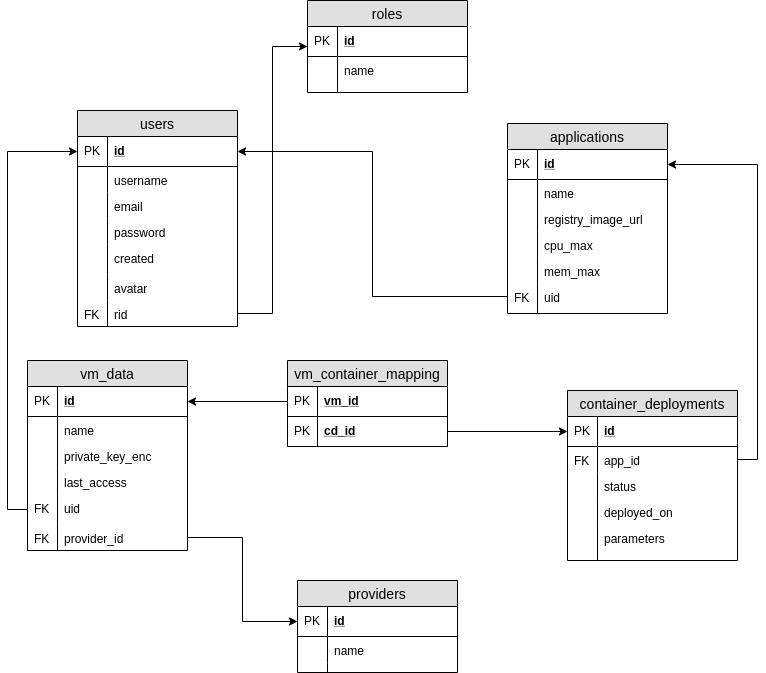
Earlier version of the draw.io export project_artifacts/diagrams/er/CMS-ER.png (anilgauda/hybrid-cloud-container-mgmt). Source tidied: cells renumbered, new cells last; positions are measured from the earlier drawing's top-left corner, leaving out a move shared by most shapes.
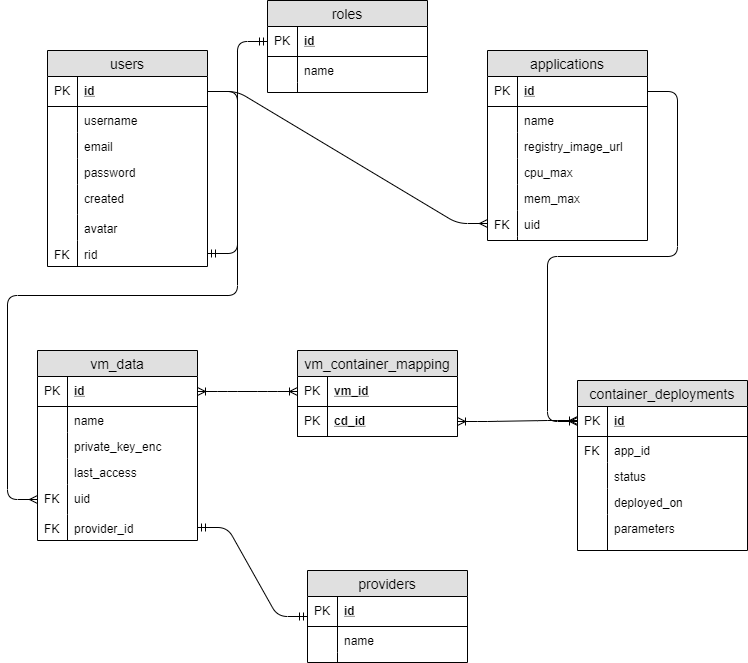
After the commit.

What changed in the source:
```diff
@@ -3,7 +3,7 @@
     <mxCell id="0" />
     <mxCell id="1" parent="0" />
     <mxCell id="2" value="users" style="swimlane;fontStyle=0;horizontal=1;startSize=26;fillColor=#e0e0e0;swimlaneFillColor=#ffffff;align=center;fontSize=14;" parent="1" vertex="1">
-      <mxGeometry x="50" y="110" width="160" height="216" as="geometry" />
+      <mxGeometry x="10" y="60" width="160" height="216" as="geometry" />
     </mxCell>
     <mxCell id="3" value="id" style="shape=partialRectangle;top=0;left=0;right=0;bottom=1;align=left;verticalAlign=middle;fillColor=none;spacingLeft=34;spacingRight=4;overflow=hidden;points=[[0,0.5],[1,0.5]];portConstraint=eastwest;fontStyle=5;fontSize=12;" parent="2" vertex="1">
       <mxGeometry y="26" width="160" height="30" as="geometry" />
@@ -48,7 +48,7 @@
       <mxGeometry width="30" height="26" as="geometry" />
     </mxCell>
     <mxCell id="17" value="roles" style="swimlane;fontStyle=0;horizontal=1;startSize=26;fillColor=#e0e0e0;swimlaneFillColor=#ffffff;align=center;fontSize=14;" parent="1" vertex="1">
-      <mxGeometry x="280" width="160" height="92" as="geometry" />
+      <mxGeometry x="230" y="10" width="160" height="92" as="geometry" />
     </mxCell>
     <mxCell id="18" value="id" style="shape=partialRectangle;top=0;left=0;right=0;bottom=1;align=left;verticalAlign=middle;fillColor=none;spacingLeft=34;spacingRight=4;overflow=hidden;points=[[0,0.5],[1,0.5]];portConstraint=eastwest;fontStyle=5;fontSize=12;" parent="17" vertex="1">
       <mxGeometry y="26" width="160" height="30" as="geometry" />
@@ -68,11 +68,8 @@
     <mxCell id="23" style="shape=partialRectangle;top=0;left=0;bottom=0;fillColor=none;align=left;verticalAlign=top;spacingLeft=4;spacingRight=4;overflow=hidden;fontSize=12;" parent="22" vertex="1">
       <mxGeometry width="30" height="10" as="geometry" />
     </mxCell>
-    <mxCell id="24" style="edgeStyle=orthogonalEdgeStyle;rounded=0;jettySize=auto;html=1;exitX=1;exitY=0.5;exitDx=0;exitDy=0;entryX=0;entryY=0.5;entryDx=0;entryDy=0;" parent="1" edge="1" source="15" target="17">
-      <mxGeometry relative="1" as="geometry" />
-    </mxCell>
     <mxCell id="25" value="applications" style="swimlane;fontStyle=0;horizontal=1;startSize=26;fillColor=#e0e0e0;swimlaneFillColor=#ffffff;align=center;fontSize=14;" parent="1" vertex="1">
-      <mxGeometry x="480" y="123" width="160" height="190" as="geometry" />
+      <mxGeometry x="450" y="60" width="160" height="190" as="geometry" />
     </mxCell>
     <mxCell id="26" value="id" style="shape=partialRectangle;top=0;left=0;right=0;bottom=1;align=left;verticalAlign=middle;fillColor=none;spacingLeft=34;spacingRight=4;overflow=hidden;points=[[0,0.5],[1,0.5]];portConstraint=eastwest;fontStyle=5;fontSize=12;" parent="25" vertex="1">
       <mxGeometry y="26" width="160" height="30" as="geometry" />
@@ -116,9 +113,6 @@
     <mxCell id="39" style="shape=partialRectangle;top=0;left=0;bottom=0;fillColor=none;align=left;verticalAlign=top;spacingLeft=4;spacingRight=4;overflow=hidden;fontSize=12;" parent="38" vertex="1">
       <mxGeometry width="30" height="4" as="geometry" />
     </mxCell>
-    <mxCell id="40" style="edgeStyle=orthogonalEdgeStyle;rounded=0;jettySize=auto;html=1;exitX=0;exitY=0.5;exitDx=0;exitDy=0;entryX=1;entryY=0.5;entryDx=0;entryDy=0;" parent="1" edge="1" source="36" target="3">
-      <mxGeometry relative="1" as="geometry" />
-    </mxCell>
     <mxCell id="41" value="vm_data" style="swimlane;fontStyle=0;horizontal=1;startSize=26;fillColor=#e0e0e0;swimlaneFillColor=#ffffff;align=center;fontSize=14;" parent="1" vertex="1">
       <mxGeometry y="360" width="160" height="190" as="geometry" />
     </mxCell>
@@ -158,9 +152,6 @@
     <mxCell id="53" value="FK" style="shape=partialRectangle;top=0;left=0;bottom=0;fillColor=none;align=left;verticalAlign=top;spacingLeft=4;spacingRight=4;overflow=hidden;fontSize=12;" parent="52" vertex="1">
       <mxGeometry width="30" height="26" as="geometry" />
     </mxCell>
-    <mxCell id="54" style="edgeStyle=orthogonalEdgeStyle;rounded=0;jettySize=auto;html=1;exitX=0;exitY=0.5;exitDx=0;exitDy=0;entryX=0;entryY=0.5;entryDx=0;entryDy=0;" parent="1" edge="1" source="50" target="3">
-      <mxGeometry relative="1" as="geometry" />
-    </mxCell>
     <mxCell id="55" value="container_deployments" style="swimlane;fontStyle=0;horizontal=1;startSize=26;fillColor=#e0e0e0;swimlaneFillColor=#ffffff;align=center;fontSize=14;" parent="1" vertex="1">
       <mxGeometry x="540" y="390" width="170" height="170" as="geometry" />
     </mxCell>
@@ -194,9 +185,6 @@
     <mxCell id="65" style="shape=partialRectangle;top=0;left=0;bottom=0;fillColor=none;align=left;verticalAlign=top;spacingLeft=4;spacingRight=4;overflow=hidden;fontSize=12;" parent="64" vertex="1">
       <mxGeometry width="30" height="36" as="geometry" />
     </mxCell>
-    <mxCell id="66" style="edgeStyle=orthogonalEdgeStyle;rounded=0;jettySize=auto;html=1;exitX=1;exitY=0.5;exitDx=0;exitDy=0;entryX=1;entryY=0.5;entryDx=0;entryDy=0;" parent="1" edge="1" source="58" target="26">
-      <mxGeometry relative="1" as="geometry" />
-    </mxCell>
     <mxCell id="67" value="providers" style="swimlane;fontStyle=0;horizontal=1;startSize=26;fillColor=#e0e0e0;swimlaneFillColor=#ffffff;align=center;fontSize=14;" parent="1" vertex="1">
       <mxGeometry x="270" y="580" width="160" height="92" as="geometry" />
     </mxCell>
@@ -218,9 +206,6 @@
     <mxCell id="73" style="shape=partialRectangle;top=0;left=0;bottom=0;fillColor=none;align=left;verticalAlign=top;spacingLeft=4;spacingRight=4;overflow=hidden;fontSize=12;" parent="72" vertex="1">
       <mxGeometry width="30" height="10" as="geometry" />
     </mxCell>
-    <mxCell id="74" style="edgeStyle=orthogonalEdgeStyle;rounded=0;jettySize=auto;html=1;entryX=0;entryY=0.5;entryDx=0;entryDy=0;startSize=26;exitX=1;exitY=0.5;exitDx=0;exitDy=0;" parent="1" edge="1" source="52" target="68">
-      <mxGeometry relative="1" as="geometry" />
-    </mxCell>
     <mxCell id="75" value="vm_container_mapping" style="swimlane;fontStyle=0;horizontal=1;startSize=26;fillColor=#e0e0e0;swimlaneFillColor=#ffffff;align=center;fontSize=14;" parent="1" vertex="1">
       <mxGeometry x="260" y="360" width="160" height="86" as="geometry" />
     </mxCell>
@@ -236,11 +221,30 @@
     <mxCell id="79" value="PK" style="shape=partialRectangle;top=0;left=0;bottom=0;fillColor=none;align=left;verticalAlign=middle;spacingLeft=4;spacingRight=4;overflow=hidden;fontSize=12;" parent="78" vertex="1">
       <mxGeometry width="30" height="30" as="geometry" />
     </mxCell>
-    <mxCell id="80" style="edgeStyle=orthogonalEdgeStyle;rounded=0;jettySize=auto;html=1;exitX=0;exitY=0.5;exitDx=0;exitDy=0;entryX=1;entryY=0.5;entryDx=0;entryDy=0;startSize=26;" parent="1" edge="1" source="76" target="42">
-      <mxGeometry relative="1" as="geometry" />
-    </mxCell>
-    <mxCell id="81" style="edgeStyle=orthogonalEdgeStyle;rounded=0;jettySize=auto;html=1;exitX=1;exitY=0.5;exitDx=0;exitDy=0;entryX=0;entryY=0.5;entryDx=0;entryDy=0;startSize=26;" parent="1" edge="1" source="78" target="56">
-      <mxGeometry relative="1" as="geometry" />
-    </mxCell>
+    <mxCell id="82" style="edgeStyle=entityRelationEdgeStyle;fontSize=12;html=1;endArrow=ERmandOne;startArrow=ERmandOne;entryX=0;entryY=0.5;entryDx=0;entryDy=0;exitX=1;exitY=0.5;exitDx=0;exitDy=0;" parent="1" edge="1" source="15" target="18">
+      <mxGeometry relative="1" as="geometry" />
+    </mxCell>
+    <mxCell id="83" style="edgeStyle=entityRelationEdgeStyle;fontSize=12;html=1;endArrow=ERmany;exitX=1;exitY=0.5;exitDx=0;exitDy=0;entryX=0;entryY=0.5;entryDx=0;entryDy=0;" parent="1" edge="1" source="3" target="36">
+      <mxGeometry relative="1" as="geometry" />
+    </mxCell>
+    <mxCell id="84" style="edgeStyle=entityRelationEdgeStyle;fontSize=12;html=1;endArrow=ERmany;entryX=0;entryY=0.5;entryDx=0;entryDy=0;" parent="1" edge="1" source="3" target="50">
+      <mxGeometry relative="1" as="geometry" />
+    </mxCell>
+    <mxCell id="85" style="edgeStyle=entityRelationEdgeStyle;fontSize=12;html=1;endArrow=ERmandOne;startArrow=ERmandOne;exitX=1;exitY=0.5;exitDx=0;exitDy=0;" parent="1" edge="1" source="52">
+      <mxGeometry relative="1" as="geometry">
+        <mxPoint x="270" y="626" as="targetPoint" />
+      </mxGeometry>
+    </mxCell>
+    <mxCell id="86" style="edgeStyle=entityRelationEdgeStyle;fontSize=12;html=1;endArrow=ERoneToMany;startArrow=ERoneToMany;exitX=1;exitY=0.5;exitDx=0;exitDy=0;" parent="1" edge="1" source="78">
+      <mxGeometry relative="1" as="geometry">
+        <mxPoint x="540" y="430" as="targetPoint" />
+      </mxGeometry>
+    </mxCell>
+    <mxCell id="87" style="edgeStyle=entityRelationEdgeStyle;fontSize=12;html=1;endArrow=ERoneToMany;startArrow=ERoneToMany;exitX=1;exitY=0.5;exitDx=0;exitDy=0;entryX=0;entryY=0.5;entryDx=0;entryDy=0;" parent="1" edge="1" source="42" target="76">
+      <mxGeometry relative="1" as="geometry" />
+    </mxCell>
+    <mxCell id="88" style="edgeStyle=entityRelationEdgeStyle;fontSize=12;html=1;endArrow=ERoneToMany;exitX=1;exitY=0.5;exitDx=0;exitDy=0;entryX=0;entryY=0.5;entryDx=0;entryDy=0;" parent="1" edge="1" source="26" target="56">
+      <mxGeometry relative="1" as="geometry" />
+    </mxCell>
   </root>
 </mxGraphModel>
```
